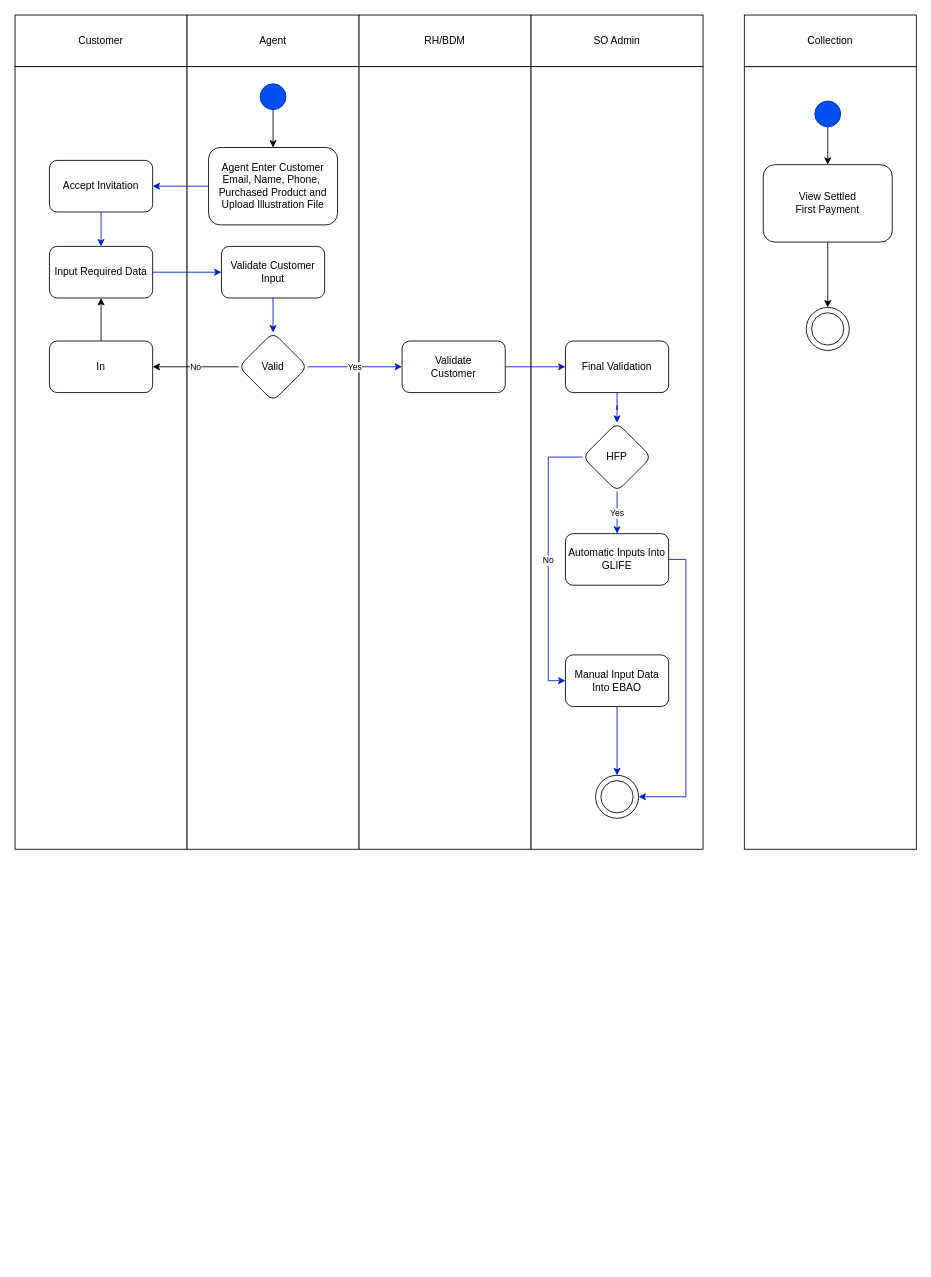
This is page "ActivityDiagram" (19 of 19) of CustomerInvitation.drawio from gustianom/hanwhaiso, a draw.io file, before an edit. Source tidied: cells renumbered, new cells numbered last; positions are measured from the earlier drawing's top-left corner, leaving out a move shared by most shapes. Both pictures are drawn from the tidied source at 86%, with x=0, y=0 at pixel (15, 15).
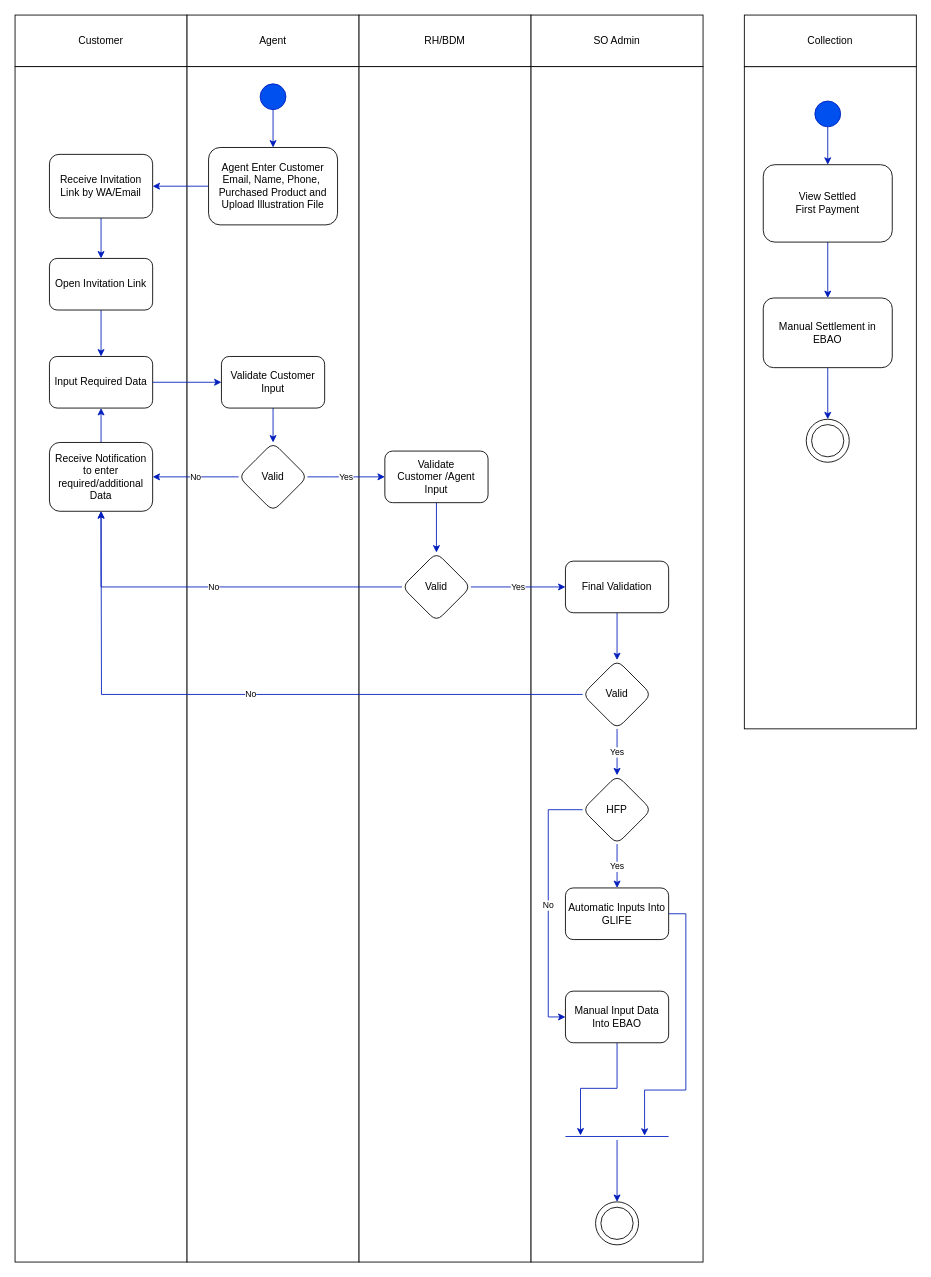
The same page after the edit.

The change refers to these unchanged cells:
```xml
<mxCell id="11" style="ellipse;whiteSpace=wrap;html=1;fillColor=#0050ef;strokeColor=#001DBC;fontColor=#ffffff;" parent="1" vertex="1">
  <mxGeometry x="285" y="80" width="30" height="30" as="geometry" />
</mxCell>
<mxCell id="13" value="Agent Enter Customer Email, Name, Phone,&amp;nbsp; Purchased Product and Upload Illustration File " style="rounded=1;whiteSpace=wrap;html=1;" parent="1" vertex="1">
  <mxGeometry x="225" y="154" width="150" height="90" as="geometry" />
</mxCell>
<mxCell id="40" style="ellipse;whiteSpace=wrap;html=1;fillColor=#0050ef;strokeColor=#001DBC;fontColor=#ffffff;" parent="1" vertex="1">
  <mxGeometry x="930" y="100" width="30" height="30" as="geometry" />
</mxCell>
<mxCell id="41" value="&lt;div&gt;View Settled &lt;br&gt;&lt;/div&gt;&lt;div&gt;First Payment&lt;/div&gt;" style="rounded=1;whiteSpace=wrap;html=1;" parent="1" vertex="1">
  <mxGeometry x="870" y="174" width="150" height="90" as="geometry" />
</mxCell>
```

The edit, as a diff of the source:
```diff
@@
     <mxCell id="6" style="rounded=0;whiteSpace=wrap;html=1;" parent="1" vertex="1">
-      <mxGeometry y="60" width="200" height="910" as="geometry" />
+      <mxGeometry y="60" width="200" height="1390" as="geometry" />
     </mxCell>
     <mxCell id="7" style="rounded=0;whiteSpace=wrap;html=1;" parent="1" vertex="1">
-      <mxGeometry x="200" y="60" width="200" height="910" as="geometry" />
+      <mxGeometry x="200" y="60" width="200" height="1390" as="geometry" />
     </mxCell>
     <mxCell id="8" style="rounded=0;whiteSpace=wrap;html=1;" parent="1" vertex="1">
-      <mxGeometry x="400" y="60" width="200" height="910" as="geometry" />
+      <mxGeometry x="400" y="60" width="200" height="1390" as="geometry" />
     </mxCell>
     <mxCell id="9" style="rounded=0;whiteSpace=wrap;html=1;" parent="1" vertex="1">
-      <mxGeometry x="600" y="60" width="200" height="910" as="geometry" />
+      <mxGeometry x="600" y="60" width="200" height="1390" as="geometry" />
     </mxCell>
-    <mxCell id="10" style="edgeStyle=orthogonalEdgeStyle;rounded=0;jettySize=auto;html=1;" parent="1" edge="1" source="11" target="13">
+    <mxCell id="10" style="edgeStyle=orthogonalEdgeStyle;rounded=0;jettySize=auto;html=1;fillColor=#0050ef;strokeColor=#001DBC;" parent="1" edge="1" source="11" target="13">
       <mxGeometry relative="1" as="geometry" />
     </mxCell>
@@
-    <mxCell id="14" style="edgeStyle=orthogonalEdgeStyle;rounded=0;jettySize=auto;html=1;fillColor=#0050ef;strokeColor=#001DBC;" parent="1" edge="1" source="15" target="17">
-      <mxGeometry relative="1" as="geometry" />
-    </mxCell>
+    <mxCell id="48" style="edgeStyle=orthogonalEdgeStyle;rounded=0;jettySize=auto;html=1;entryX=0.5;entryY=0;entryDx=0;entryDy=0;fontSize=10;fillColor=#0050ef;strokeColor=#001DBC;" parent="1" edge="1" source="15" target="66">
+      <mxGeometry relative="1" as="geometry" />
+    </mxCell>
-    <mxCell id="15" value="Accept Invitation" style="whiteSpace=wrap;html=1;rounded=1;" parent="1" vertex="1">
-      <mxGeometry x="40" y="169" width="120" height="60" as="geometry" />
+    <mxCell id="15" value="Receive Invitation Link by WA/Email" style="whiteSpace=wrap;html=1;rounded=1;" parent="1" vertex="1">
+      <mxGeometry x="40" y="162" width="120" height="74" as="geometry" />
     </mxCell>
-    <mxCell id="16" style="edgeStyle=orthogonalEdgeStyle;rounded=0;jettySize=auto;html=1;fontSize=10;fillColor=#0050ef;strokeColor=#001DBC;" parent="1" edge="1" source="17" target="19">
-      <mxGeometry relative="1" as="geometry" />
-    </mxCell>
-    <mxCell id="17" value="Input Required Data" style="whiteSpace=wrap;html=1;rounded=1;" parent="1" vertex="1">
-      <mxGeometry x="40" y="269" width="120" height="60" as="geometry" />
-    </mxCell>
-    <mxCell id="18" style="edgeStyle=orthogonalEdgeStyle;rounded=0;jettySize=auto;html=1;fontSize=10;fillColor=#0050ef;strokeColor=#001DBC;" parent="1" edge="1" source="19" target="22">
-      <mxGeometry relative="1" as="geometry" />
-    </mxCell>
-    <mxCell id="19" value="Validate Customer Input" style="whiteSpace=wrap;html=1;rounded=1;" parent="1" vertex="1">
-      <mxGeometry x="240" y="269" width="120" height="60" as="geometry" />
-    </mxCell>
-    <mxCell id="20" value="Yes" style="edgeStyle=orthogonalEdgeStyle;rounded=0;jettySize=auto;html=1;fontSize=10;fillColor=#0050ef;strokeColor=#001DBC;" parent="1" edge="1" source="22" target="24">
-      <mxGeometry relative="1" as="geometry" />
+    <mxCell id="20" value="Yes" style="edgeStyle=orthogonalEdgeStyle;rounded=0;jettySize=auto;html=1;fontSize=10;fillColor=#0050ef;strokeColor=#001DBC;entryX=0;entryY=0.5;entryDx=0;entryDy=0;exitX=1;exitY=0.5;exitDx=0;exitDy=0;" parent="1" edge="1" source="73" target="24">
+      <mxGeometry relative="1" as="geometry">
+        <Array as="points">
+          <mxPoint x="370" y="537" />
+          <mxPoint x="370" y="537" />
+        </Array>
+      </mxGeometry>
     </mxCell>
-    <mxCell id="21" value="No" style="edgeStyle=orthogonalEdgeStyle;rounded=0;jettySize=auto;html=1;entryX=1;entryY=0.5;entryDx=0;entryDy=0;fontSize=10;" parent="1" edge="1" source="22" target="47">
-      <mxGeometry relative="1" as="geometry" />
-    </mxCell>
-    <mxCell id="22" value="Valid" style="rhombus;whiteSpace=wrap;html=1;rounded=1;" parent="1" vertex="1">
-      <mxGeometry x="260" y="369" width="80" height="80" as="geometry" />
-    </mxCell>
-    <mxCell id="23" style="edgeStyle=orthogonalEdgeStyle;rounded=0;jettySize=auto;html=1;fontSize=10;fillColor=#0050ef;strokeColor=#001DBC;" parent="1" edge="1" source="24" target="26">
-      <mxGeometry relative="1" as="geometry" />
-    </mxCell>
+    <mxCell id="49" style="edgeStyle=orthogonalEdgeStyle;rounded=0;jettySize=auto;html=1;fontSize=10;fillColor=#0050ef;strokeColor=#001DBC;" parent="1" edge="1" source="24" target="53">
+      <mxGeometry relative="1" as="geometry" />
+    </mxCell>
-    <mxCell id="24" value="&lt;div&gt;Validate &lt;br&gt;&lt;/div&gt;&lt;div&gt;Customer&lt;/div&gt;" style="whiteSpace=wrap;html=1;rounded=1;" parent="1" vertex="1">
-      <mxGeometry x="450" y="379" width="120" height="60" as="geometry" />
+    <mxCell id="24" value="&lt;div&gt;Validate &lt;br&gt;&lt;/div&gt;&lt;div&gt;Customer /Agent Input&lt;br&gt;&lt;/div&gt;" style="whiteSpace=wrap;html=1;rounded=1;" parent="1" vertex="1">
+      <mxGeometry x="430" y="507" width="120" height="60" as="geometry" />
     </mxCell>
-    <mxCell id="25" style="edgeStyle=orthogonalEdgeStyle;rounded=0;jettySize=auto;html=1;fontSize=10;fillColor=#0050ef;strokeColor=#001DBC;" parent="1" edge="1" source="26" target="28">
-      <mxGeometry relative="1" as="geometry" />
-    </mxCell>
+    <mxCell id="50" style="edgeStyle=orthogonalEdgeStyle;rounded=0;jettySize=auto;html=1;fontSize=10;fillColor=#0050ef;strokeColor=#001DBC;" parent="1" edge="1" source="26" target="59">
+      <mxGeometry relative="1" as="geometry" />
+    </mxCell>
     <mxCell id="26" value="Final Validation" style="whiteSpace=wrap;html=1;rounded=1;" parent="1" vertex="1">
-      <mxGeometry x="640" y="379" width="120" height="60" as="geometry" />
+      <mxGeometry x="640" y="635" width="120" height="60" as="geometry" />
     </mxCell>
-    <mxCell id="27" value="Yes" style="edgeStyle=orthogonalEdgeStyle;rounded=0;jettySize=auto;html=1;fontSize=10;fillColor=#0050ef;strokeColor=#001DBC;" parent="1" edge="1" source="28" target="29">
-      <mxGeometry relative="1" as="geometry" />
-    </mxCell>
-    <mxCell id="28" value="HFP" style="rhombus;whiteSpace=wrap;html=1;rounded=1;" parent="1" vertex="1">
-      <mxGeometry x="660" y="474" width="80" height="80" as="geometry" />
-    </mxCell>
-    <mxCell id="29" value="Automatic Inputs Into GLIFE" style="whiteSpace=wrap;html=1;rounded=1;" parent="1" vertex="1">
-      <mxGeometry x="640" y="603" width="120" height="60" as="geometry" />
-    </mxCell>
-    <mxCell id="30" style="edgeStyle=orthogonalEdgeStyle;rounded=0;jettySize=auto;html=1;fontSize=10;entryX=0.5;entryY=0;entryDx=0;entryDy=0;fillColor=#0050ef;strokeColor=#001DBC;" parent="1" edge="1" source="31" target="34">
-      <mxGeometry relative="1" as="geometry" />
-    </mxCell>
-    <mxCell id="31" value="Manual Input Data Into EBAO" style="whiteSpace=wrap;html=1;rounded=1;" parent="1" vertex="1">
-      <mxGeometry x="640" y="744" width="120" height="60" as="geometry" />
-    </mxCell>
-    <mxCell id="32" value="No" style="edgeStyle=orthogonalEdgeStyle;rounded=0;jettySize=auto;html=1;fontSize=10;entryX=0;entryY=0.5;entryDx=0;entryDy=0;fillColor=#0050ef;strokeColor=#001DBC;exitX=0;exitY=0.5;exitDx=0;exitDy=0;" parent="1" edge="1" source="28" target="31">
-      <mxGeometry relative="1" as="geometry">
-        <Array as="points">
-          <mxPoint x="620" y="514" />
-          <mxPoint x="620" y="774" />
-        </Array>
-      </mxGeometry>
-    </mxCell>
-    <mxCell id="33" style="group;" parent="1" vertex="1">
-      <mxGeometry x="675" y="884" width="50" height="50" as="geometry" />
-    </mxCell>
-    <mxCell id="34" style="ellipse;whiteSpace=wrap;html=1;fontSize=10;" parent="33" vertex="1">
-      <mxGeometry width="50" height="50" as="geometry" />
-    </mxCell>
-    <mxCell id="35" style="ellipse;whiteSpace=wrap;html=1;fontSize=10;" parent="33" vertex="1">
-      <mxGeometry x="6.2" y="6.2" width="37.5" height="37.5" as="geometry" />
-    </mxCell>
-    <mxCell id="36" style="edgeStyle=orthogonalEdgeStyle;rounded=0;jettySize=auto;html=1;fontSize=10;entryX=1;entryY=0.5;entryDx=0;entryDy=0;exitX=1;exitY=0.5;exitDx=0;exitDy=0;fillColor=#0050ef;strokeColor=#001DBC;" parent="1" edge="1" source="29" target="34">
-      <mxGeometry relative="1" as="geometry">
-        <Array as="points">
-          <mxPoint x="780" y="633" />
-          <mxPoint x="780" y="909" />
-        </Array>
-      </mxGeometry>
-    </mxCell>
     <mxCell id="37" style="rounded=0;whiteSpace=wrap;html=1;" parent="1" vertex="1">
-      <mxGeometry x="848" y="60" width="200" height="910" as="geometry" />
+      <mxGeometry x="848" y="60" width="200" height="770" as="geometry" />
     </mxCell>
@@
-    <mxCell id="39" style="edgeStyle=orthogonalEdgeStyle;rounded=0;jettySize=auto;html=1;fontSize=10;" parent="1" edge="1" source="40" target="41">
+    <mxCell id="39" style="edgeStyle=orthogonalEdgeStyle;rounded=0;jettySize=auto;html=1;fontSize=10;fillColor=#0050ef;strokeColor=#001DBC;" parent="1" edge="1" source="40" target="41">
       <mxGeometry relative="1" as="geometry" />
     </mxCell>
@@
+    <mxCell id="51" style="edgeStyle=orthogonalEdgeStyle;rounded=0;jettySize=auto;html=1;fontSize=10;fillColor=#0050ef;strokeColor=#001DBC;" parent="1" edge="1" source="41" target="55">
+      <mxGeometry relative="1" as="geometry" />
+    </mxCell>
@@
-    <mxCell id="42" style="group;" parent="1" vertex="1">
-      <mxGeometry x="920" y="340" width="50" height="50" as="geometry" />
-    </mxCell>
-    <mxCell id="43" style="ellipse;whiteSpace=wrap;html=1;fontSize=10;" parent="42" vertex="1">
-      <mxGeometry width="50" height="50" as="geometry" />
-    </mxCell>
-    <mxCell id="44" style="ellipse;whiteSpace=wrap;html=1;fontSize=10;" parent="42" vertex="1">
-      <mxGeometry x="6.2" y="6.2" width="37.5" height="37.5" as="geometry" />
-    </mxCell>
-    <mxCell id="45" style="edgeStyle=orthogonalEdgeStyle;rounded=0;jettySize=auto;html=1;fontSize=10;exitX=0.5;exitY=1;exitDx=0;exitDy=0;entryX=0.5;entryY=0;entryDx=0;entryDy=0;" parent="1" edge="1" source="41" target="43">
-      <mxGeometry relative="1" as="geometry" />
-    </mxCell>
-    <mxCell id="46" style="edgeStyle=orthogonalEdgeStyle;rounded=0;jettySize=auto;html=1;entryX=0.5;entryY=1;entryDx=0;entryDy=0;fontSize=10;" parent="1" edge="1" source="47" target="17">
-      <mxGeometry relative="1" as="geometry" />
-    </mxCell>
-    <mxCell id="47" value="In" style="whiteSpace=wrap;html=1;rounded=1;" parent="1" vertex="1">
-      <mxGeometry x="40" y="379" width="120" height="60" as="geometry" />
-    </mxCell>
+    <mxCell id="52" value="Yes" style="edgeStyle=orthogonalEdgeStyle;rounded=0;jettySize=auto;html=1;fontSize=10;fillColor=#0050ef;strokeColor=#001DBC;" parent="1" edge="1" source="53" target="26">
+      <mxGeometry relative="1" as="geometry" />
+    </mxCell>
+    <mxCell id="53" value="Valid" style="rhombus;whiteSpace=wrap;html=1;rounded=1;" parent="1" vertex="1">
+      <mxGeometry x="450" y="625" width="80" height="80" as="geometry" />
+    </mxCell>
+    <mxCell id="54" style="edgeStyle=orthogonalEdgeStyle;rounded=0;jettySize=auto;html=1;fontSize=10;entryX=0.5;entryY=0;entryDx=0;entryDy=0;fillColor=#0050ef;strokeColor=#001DBC;" parent="1" edge="1" source="55" target="56">
+      <mxGeometry relative="1" as="geometry" />
+    </mxCell>
+    <mxCell id="55" value="Manual Settlement in EBAO" style="whiteSpace=wrap;html=1;rounded=1;" parent="1" vertex="1">
+      <mxGeometry x="870" y="329" width="150" height="81" as="geometry" />
+    </mxCell>
+    <mxCell id="56" style="ellipse;whiteSpace=wrap;html=1;fontSize=10;" parent="1" vertex="1">
+      <mxGeometry x="920" y="470" width="50" height="50" as="geometry" />
+    </mxCell>
+    <mxCell id="57" style="ellipse;whiteSpace=wrap;html=1;fontSize=10;" parent="1" vertex="1">
+      <mxGeometry x="926.2" y="476.2" width="37.5" height="37.5" as="geometry" />
+    </mxCell>
+    <mxCell id="58" value="Yes" style="edgeStyle=orthogonalEdgeStyle;rounded=0;jettySize=auto;html=1;entryX=0.5;entryY=0;entryDx=0;entryDy=0;fontSize=10;fillColor=#0050ef;strokeColor=#001DBC;" parent="1" edge="1" source="59" target="28">
+      <mxGeometry relative="1" as="geometry" />
+    </mxCell>
+    <mxCell id="59" value="Valid" style="rhombus;whiteSpace=wrap;html=1;rounded=1;" parent="1" vertex="1">
+      <mxGeometry x="660" y="750" width="80" height="80" as="geometry" />
+    </mxCell>
+    <mxCell id="27" value="Yes" style="edgeStyle=orthogonalEdgeStyle;rounded=0;jettySize=auto;html=1;fontSize=10;fillColor=#0050ef;strokeColor=#001DBC;" parent="1" edge="1" source="28" target="29">
+      <mxGeometry relative="1" as="geometry" />
+    </mxCell>
+    <mxCell id="28" value="HFP" style="rhombus;whiteSpace=wrap;html=1;rounded=1;" parent="1" vertex="1">
+      <mxGeometry x="660" y="884" width="80" height="80" as="geometry" />
+    </mxCell>
+    <mxCell id="60" style="edgeStyle=orthogonalEdgeStyle;rounded=0;jettySize=auto;html=1;entryX=0.767;entryY=0.375;entryDx=0;entryDy=0;entryPerimeter=0;fontSize=10;fillColor=#0050ef;strokeColor=#001DBC;" parent="1" edge="1" source="29" target="76">
+      <mxGeometry relative="1" as="geometry">
+        <Array as="points">
+          <mxPoint x="780" y="1045" />
+          <mxPoint x="780" y="1250" />
+          <mxPoint x="732" y="1250" />
+        </Array>
+      </mxGeometry>
+    </mxCell>
+    <mxCell id="29" value="Automatic Inputs Into GLIFE" style="whiteSpace=wrap;html=1;rounded=1;" parent="1" vertex="1">
+      <mxGeometry x="640" y="1015" width="120" height="60" as="geometry" />
+    </mxCell>
+    <mxCell id="61" style="edgeStyle=orthogonalEdgeStyle;rounded=0;jettySize=auto;html=1;entryX=0.146;entryY=0.341;entryDx=0;entryDy=0;entryPerimeter=0;fontSize=10;fillColor=#0050ef;strokeColor=#001DBC;" parent="1" edge="1" source="31" target="76">
+      <mxGeometry relative="1" as="geometry">
+        <Array as="points">
+          <mxPoint x="700" y="1248" />
+          <mxPoint x="658" y="1248" />
+        </Array>
+      </mxGeometry>
+    </mxCell>
+    <mxCell id="31" value="Manual Input Data Into EBAO" style="whiteSpace=wrap;html=1;rounded=1;" parent="1" vertex="1">
+      <mxGeometry x="640" y="1135" width="120" height="60" as="geometry" />
+    </mxCell>
+    <mxCell id="32" value="No" style="edgeStyle=orthogonalEdgeStyle;rounded=0;jettySize=auto;html=1;fontSize=10;entryX=0;entryY=0.5;entryDx=0;entryDy=0;fillColor=#0050ef;strokeColor=#001DBC;exitX=0;exitY=0.5;exitDx=0;exitDy=0;" parent="1" edge="1" source="28" target="31">
+      <mxGeometry relative="1" as="geometry">
+        <Array as="points">
+          <mxPoint x="620" y="924" />
+          <mxPoint x="620" y="1165" />
+        </Array>
+      </mxGeometry>
+    </mxCell>
+    <mxCell id="62" style="group;" parent="1" vertex="1">
+      <mxGeometry x="675" y="1380" width="50" height="50" as="geometry" />
+    </mxCell>
+    <mxCell id="63" style="ellipse;whiteSpace=wrap;html=1;fontSize=10;" parent="62" vertex="1">
+      <mxGeometry width="50" height="50" as="geometry" />
+    </mxCell>
+    <mxCell id="64" style="ellipse;whiteSpace=wrap;html=1;fontSize=10;" parent="62" vertex="1">
+      <mxGeometry x="6.2" y="6.2" width="37.5" height="37.5" as="geometry" />
+    </mxCell>
+    <mxCell id="65" style="edgeStyle=orthogonalEdgeStyle;rounded=0;jettySize=auto;html=1;entryX=0.5;entryY=0;entryDx=0;entryDy=0;fontSize=10;fillColor=#0050ef;strokeColor=#001DBC;" parent="1" edge="1" source="66" target="70">
+      <mxGeometry relative="1" as="geometry" />
+    </mxCell>
+    <mxCell id="66" value="Open Invitation Link" style="whiteSpace=wrap;html=1;rounded=1;" parent="1" vertex="1">
+      <mxGeometry x="40" y="283" width="120" height="60" as="geometry" />
+    </mxCell>
+    <mxCell id="67" style="edgeStyle=orthogonalEdgeStyle;rounded=0;jettySize=auto;html=1;exitX=0.5;exitY=0;exitDx=0;exitDy=0;entryX=0.5;entryY=1;entryDx=0;entryDy=0;fontSize=10;fillColor=#0050ef;strokeColor=#001DBC;" parent="1" edge="1" source="17" target="70">
+      <mxGeometry relative="1" as="geometry" />
+    </mxCell>
+    <mxCell id="17" value="Receive Notification to enter required/additional Data" style="whiteSpace=wrap;html=1;rounded=1;" parent="1" vertex="1">
+      <mxGeometry x="40" y="497" width="120" height="80" as="geometry" />
+    </mxCell>
+    <mxCell id="68" value="No" style="edgeStyle=orthogonalEdgeStyle;rounded=0;jettySize=auto;html=1;fontSize=10;fillColor=#0050ef;strokeColor=#001DBC;" parent="1" edge="1" source="59">
+      <mxGeometry relative="1" as="geometry">
+        <mxPoint x="100" y="577" as="targetPoint" />
+      </mxGeometry>
+    </mxCell>
+    <mxCell id="69" style="edgeStyle=orthogonalEdgeStyle;rounded=0;jettySize=auto;html=1;entryX=0;entryY=0.5;entryDx=0;entryDy=0;fontSize=10;fillColor=#0050ef;strokeColor=#001DBC;" parent="1" edge="1" source="70" target="19">
+      <mxGeometry relative="1" as="geometry" />
+    </mxCell>
+    <mxCell id="70" value="Input Required Data" style="whiteSpace=wrap;html=1;rounded=1;" parent="1" vertex="1">
+      <mxGeometry x="40" y="397" width="120" height="60" as="geometry" />
+    </mxCell>
+    <mxCell id="71" style="edgeStyle=orthogonalEdgeStyle;rounded=0;jettySize=auto;html=1;entryX=0.5;entryY=0;entryDx=0;entryDy=0;fontSize=10;fillColor=#0050ef;strokeColor=#001DBC;" parent="1" edge="1" source="19" target="73">
+      <mxGeometry relative="1" as="geometry" />
+    </mxCell>
+    <mxCell id="19" value="Validate Customer Input" style="whiteSpace=wrap;html=1;rounded=1;" parent="1" vertex="1">
+      <mxGeometry x="240" y="397" width="120" height="60" as="geometry" />
+    </mxCell>
+    <mxCell id="72" value="No" style="edgeStyle=orthogonalEdgeStyle;rounded=0;jettySize=auto;html=1;entryX=1;entryY=0.5;entryDx=0;entryDy=0;fontSize=10;fillColor=#0050ef;strokeColor=#001DBC;" parent="1" edge="1" source="73" target="17">
+      <mxGeometry relative="1" as="geometry" />
+    </mxCell>
+    <mxCell id="73" value="Valid" style="rhombus;whiteSpace=wrap;html=1;rounded=1;" parent="1" vertex="1">
+      <mxGeometry x="260" y="497" width="80" height="80" as="geometry" />
+    </mxCell>
+    <mxCell id="74" value="No" style="edgeStyle=orthogonalEdgeStyle;rounded=0;jettySize=auto;html=1;fontSize=10;fillColor=#0050ef;strokeColor=#001DBC;exitX=0;exitY=0.5;exitDx=0;exitDy=0;entryX=0.5;entryY=1;entryDx=0;entryDy=0;" parent="1" edge="1" source="53" target="17">
+      <mxGeometry relative="1" as="geometry" />
+    </mxCell>
+    <mxCell id="75" style="edgeStyle=orthogonalEdgeStyle;rounded=0;jettySize=auto;html=1;entryX=0.5;entryY=0;entryDx=0;entryDy=0;fontSize=10;fillColor=#0050ef;strokeColor=#001DBC;" parent="1" edge="1" source="76" target="63">
+      <mxGeometry relative="1" as="geometry">
+        <Array as="points">
+          <mxPoint x="700" y="1330" />
+          <mxPoint x="700" y="1330" />
+        </Array>
+      </mxGeometry>
+    </mxCell>
+    <mxCell id="76" style="line;strokeWidth=1;fillColor=#0050ef;align=left;verticalAlign=middle;spacingTop=-1;spacingLeft=3;spacingRight=3;labelPosition=right;points=[];portConstraint=eastwest;fontSize=10;strokeColor=#001DBC;fontColor=#ffffff;" parent="1" vertex="1">
+      <mxGeometry x="640" y="1300" width="120" height="8" as="geometry" />
+    </mxCell>
```
